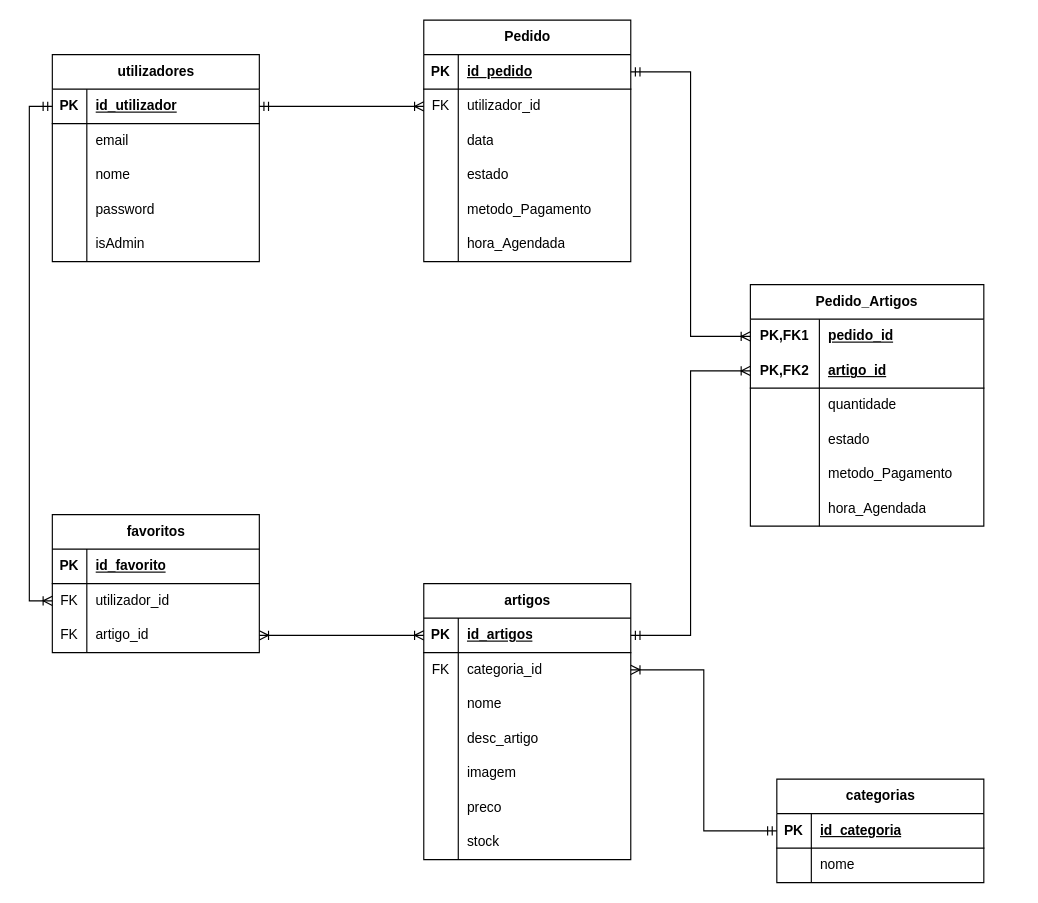
This is Modelo ER.drawio from rodriggogermino/PedeJa, a draw.io file, before an edit. Source tidied: cells renumbered, new cells numbered last; positions are measured from the earlier drawing's top-left corner, leaving out a move shared by most shapes. Both pictures are drawn from the tidied source at 115%, with x=0, y=0 at pixel (52, 20).
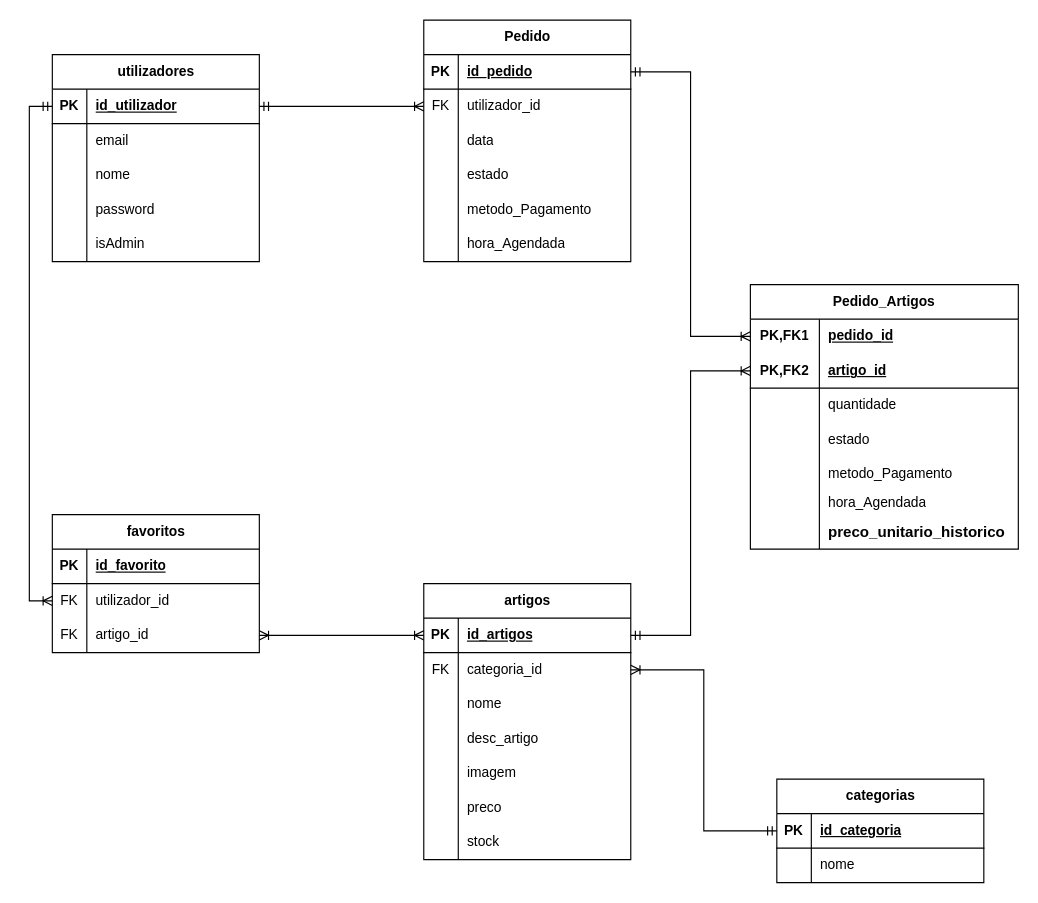
Above is the later version.

What changed in the source:
```diff
@@
     <mxCell id="60" value="Pedido_Artigos" style="shape=table;startSize=30;childLayout=tableLayout;rowLines=0;fontStyle=1;align=center;html=1;whiteSpace=wrap;" parent="1" vertex="1">
-      <mxGeometry x="607" y="230" width="203" height="210" as="geometry" />
+      <mxGeometry x="607" y="230" width="233" height="230" as="geometry" />
     </mxCell>
     <mxCell id="61" style="shape=tableRow;horizontal=0;startSize=0;swimlaneHead=0;swimlaneBody=0;fillColor=none;points=[[0,0.5],[1,0.5]];portConstraint=eastwest;top=0;left=0;right=0;bottom=0;html=1;" parent="60" vertex="1">
-      <mxGeometry y="30" width="203" height="30" as="geometry" />
+      <mxGeometry y="30" width="233" height="30" as="geometry" />
     </mxCell>
@@
     <mxCell id="63" value="pedido_id" style="shape=partialRectangle;fillColor=none;top=0;left=0;bottom=0;right=0;align=left;spacingLeft=6;fontStyle=5;overflow=hidden;html=1;whiteSpace=wrap;" parent="61" vertex="1">
-      <mxGeometry x="60" width="143" height="30" as="geometry" />
+      <mxGeometry x="60" width="173" height="30" as="geometry" />
     </mxCell>
     <mxCell id="64" style="shape=tableRow;horizontal=0;startSize=0;swimlaneHead=0;swimlaneBody=0;fillColor=none;points=[[0,0.5],[1,0.5]];portConstraint=eastwest;top=0;left=0;right=0;bottom=1;html=1;" parent="60" vertex="1">
-      <mxGeometry y="60" width="203" height="30" as="geometry" />
+      <mxGeometry y="60" width="233" height="30" as="geometry" />
     </mxCell>
@@
     <mxCell id="66" value="artigo_id" style="shape=partialRectangle;fillColor=none;top=0;left=0;bottom=0;right=0;align=left;spacingLeft=6;fontStyle=5;overflow=hidden;html=1;whiteSpace=wrap;" parent="64" vertex="1">
-      <mxGeometry x="60" width="143" height="30" as="geometry" />
+      <mxGeometry x="60" width="173" height="30" as="geometry" />
     </mxCell>
     <mxCell id="67" style="shape=tableRow;horizontal=0;startSize=0;swimlaneHead=0;swimlaneBody=0;fillColor=none;top=0;left=0;right=0;bottom=0;html=1;" parent="60" vertex="1">
-      <mxGeometry y="90" width="203" height="30" as="geometry" />
+      <mxGeometry y="90" width="233" height="30" as="geometry" />
     </mxCell>
@@
     <mxCell id="69" value="quantidade" style="shape=partialRectangle;fillColor=none;top=0;left=0;bottom=0;right=0;align=left;spacingLeft=6;overflow=hidden;html=1;whiteSpace=wrap;" parent="67" vertex="1">
-      <mxGeometry x="60" width="143" height="30" as="geometry" />
+      <mxGeometry x="60" width="173" height="30" as="geometry" />
     </mxCell>
     <mxCell id="70" style="shape=tableRow;horizontal=0;startSize=0;swimlaneHead=0;swimlaneBody=0;fillColor=none;top=0;left=0;right=0;bottom=0;html=1;" parent="60" vertex="1">
-      <mxGeometry y="120" width="203" height="30" as="geometry" />
+      <mxGeometry y="120" width="233" height="30" as="geometry" />
     </mxCell>
@@
     <mxCell id="72" value="estado" style="shape=partialRectangle;fillColor=none;top=0;left=0;bottom=0;right=0;align=left;spacingLeft=6;overflow=hidden;html=1;whiteSpace=wrap;" parent="70" vertex="1">
-      <mxGeometry x="60" width="143" height="30" as="geometry" />
+      <mxGeometry x="60" width="173" height="30" as="geometry" />
     </mxCell>
     <mxCell id="73" style="shape=tableRow;horizontal=0;startSize=0;swimlaneHead=0;swimlaneBody=0;fillColor=none;top=0;left=0;right=0;bottom=0;html=1;" parent="60" vertex="1">
-      <mxGeometry y="150" width="203" height="30" as="geometry" />
+      <mxGeometry y="150" width="233" height="30" as="geometry" />
     </mxCell>
@@
     <mxCell id="75" value="metodo_Pagamento" style="shape=partialRectangle;fillColor=none;top=0;left=0;bottom=0;right=0;align=left;spacingLeft=6;overflow=hidden;html=1;whiteSpace=wrap;" parent="73" vertex="1">
-      <mxGeometry x="60" width="143" height="30" as="geometry" />
+      <mxGeometry x="60" width="173" height="30" as="geometry" />
     </mxCell>
     <mxCell id="76" style="shape=tableRow;horizontal=0;startSize=0;swimlaneHead=0;swimlaneBody=0;fillColor=none;top=0;left=0;right=0;bottom=0;html=1;" parent="60" vertex="1">
-      <mxGeometry y="180" width="203" height="30" as="geometry" />
+      <mxGeometry y="180" width="233" height="20" as="geometry" />
     </mxCell>
     <mxCell id="77" style="shape=partialRectangle;fillColor=none;top=0;left=0;bottom=0;right=0;overflow=hidden;html=1;whiteSpace=wrap;" parent="76" vertex="1">
-      <mxGeometry width="60" height="30" as="geometry" />
+      <mxGeometry width="60" height="20" as="geometry" />
     </mxCell>
     <mxCell id="78" value="hora_Agendada" style="shape=partialRectangle;fillColor=none;top=0;left=0;bottom=0;right=0;align=left;spacingLeft=6;overflow=hidden;html=1;whiteSpace=wrap;" parent="76" vertex="1">
-      <mxGeometry x="60" width="143" height="30" as="geometry" />
+      <mxGeometry x="60" width="173" height="20" as="geometry" />
     </mxCell>
+    <mxCell id="102" style="shape=tableRow;horizontal=0;startSize=0;swimlaneHead=0;swimlaneBody=0;fillColor=none;top=0;left=0;right=0;bottom=0;html=1;" parent="60" vertex="1">
+      <mxGeometry y="200" width="233" height="30" as="geometry" />
+    </mxCell>
+    <mxCell id="103" style="shape=partialRectangle;fillColor=none;top=0;left=0;bottom=0;right=0;overflow=hidden;html=1;whiteSpace=wrap;" parent="102" vertex="1">
+      <mxGeometry width="60" height="30" as="geometry" />
+    </mxCell>
+    <mxCell id="104" value="&lt;div style=&quot;text-align: right;&quot;&gt;&lt;span style=&quot;background-color: transparent; font-size: 13.12px;&quot;&gt;&lt;font face=&quot;sans-serif&quot;&gt;&lt;b style=&quot;&quot;&gt;preco_unitario_historico&lt;/b&gt;&lt;/font&gt;&lt;/span&gt;&lt;/div&gt;" style="shape=partialRectangle;fillColor=none;top=0;left=0;bottom=0;right=0;align=left;spacingLeft=6;overflow=hidden;html=1;whiteSpace=wrap;" parent="102" vertex="1">
+      <mxGeometry x="60" width="173" height="30" as="geometry" />
+    </mxCell>
```
